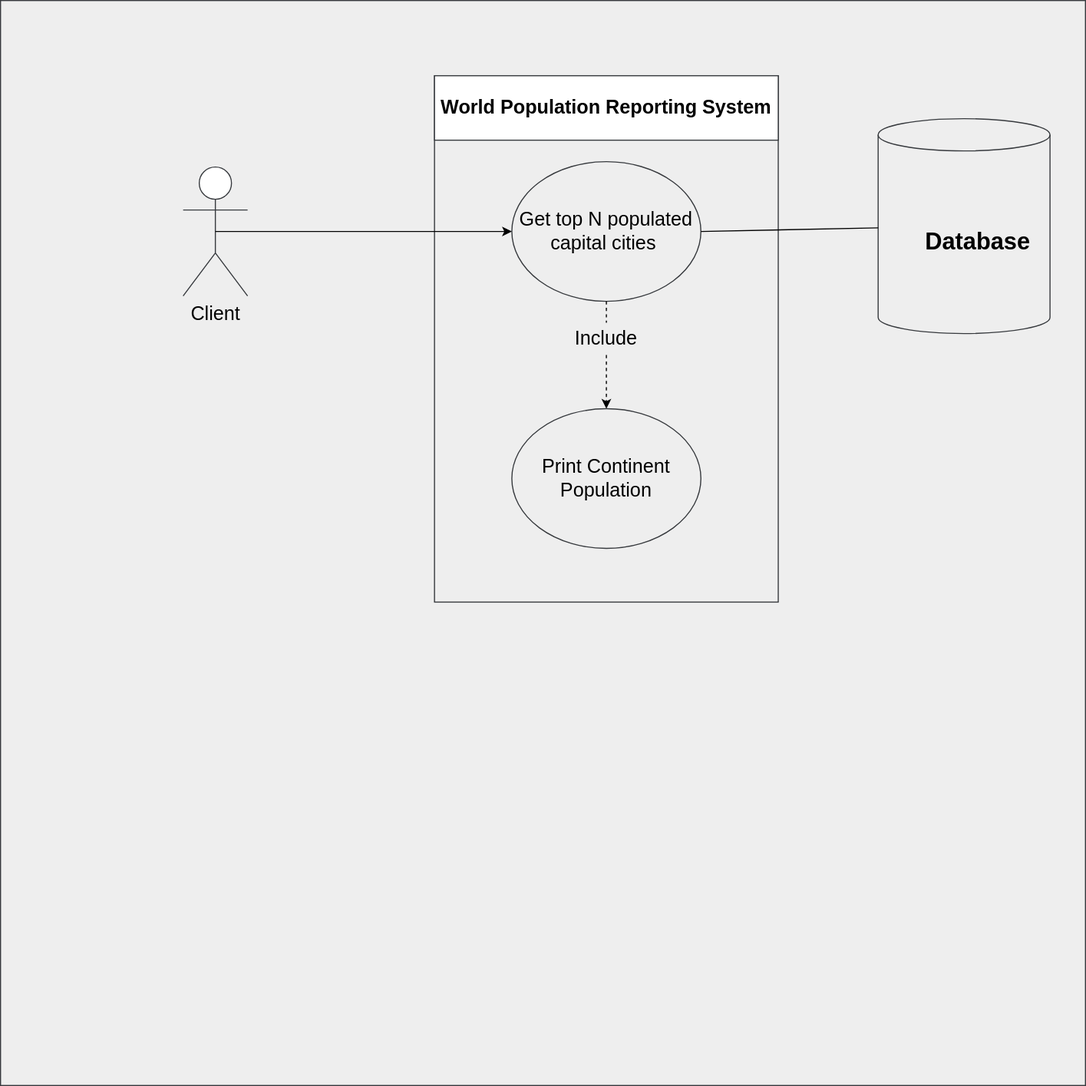
Earlier version of the draw.io export usecase/capital-city-use-case-6.svg (SaiWunnaAung/SET09623_DevOps-Group-4-). Source tidied: cells renumbered, new cells last; positions are measured from the earlier drawing's top-left corner, leaving out a move shared by most shapes. Its diagram source:
```xml
<mxGraphModel>
  <root>
    <mxCell id="0" />
    <mxCell id="1" parent="0" />
    <mxCell id="2" style="whiteSpace=wrap;html=1;fillColor=#eeeeee;strokeColor=#36393d;" parent="1" vertex="1">
      <mxGeometry width="1010" height="1010" as="geometry" />
    </mxCell>
    <mxCell id="3" style="shape=cylinder3;whiteSpace=wrap;html=1;boundedLbl=1;backgroundOutline=1;size=15;fontSize=18;strokeColor=#36393d;fillColor=#eeeeee;" parent="1" vertex="1">
      <mxGeometry x="817" y="110" width="160" height="200" as="geometry" />
    </mxCell>
    <mxCell id="4" value="&lt;span style=&quot;color: rgb(0 , 0 , 0)&quot;&gt;Include&lt;/span&gt;" style="rounded=0;whiteSpace=wrap;html=1;fontSize=18;strokeColor=#36393D;fillColor=#eeeeee;" parent="1" vertex="1">
      <mxGeometry x="404" y="70" width="320" height="490" as="geometry" />
    </mxCell>
    <mxCell id="5" value="&lt;b&gt;World Population Reporting System&lt;/b&gt;" style="rounded=0;whiteSpace=wrap;html=1;fontSize=18;fontColor=#000000;strokeColor=#36393D;fillColor=#FFFFFF;" parent="1" vertex="1">
      <mxGeometry x="404" y="70" width="320" height="60" as="geometry" />
    </mxCell>
    <mxCell id="6" value="&lt;font color=&quot;#000000&quot;&gt;Get&amp;nbsp;top N populated capital cities&amp;nbsp;&lt;/font&gt;" style="ellipse;whiteSpace=wrap;html=1;fontSize=18;strokeColor=#36393d;fillColor=#eeeeee;" parent="1" vertex="1">
      <mxGeometry x="476" y="150" width="176" height="130" as="geometry" />
    </mxCell>
    <mxCell id="7" value="&lt;font color=&quot;#000000&quot;&gt;Print Continent Population&lt;/font&gt;" style="ellipse;whiteSpace=wrap;html=1;fontSize=18;strokeColor=#36393d;fillColor=#eeeeee;" parent="1" vertex="1">
      <mxGeometry x="476" y="380" width="176" height="130" as="geometry" />
    </mxCell>
    <mxCell id="8" value="Client" style="shape=umlActor;verticalLabelPosition=bottom;verticalAlign=top;html=1;outlineConnect=0;fontSize=18;fontColor=#000000;strokeColor=#36393D;fillColor=#FFFFFF;" parent="1" vertex="1">
      <mxGeometry x="170" y="155" width="60" height="120" as="geometry" />
    </mxCell>
    <mxCell id="9" style="endArrow=classic;html=1;rounded=0;fontSize=18;fontColor=#000000;entryX=0;entryY=0.5;entryDx=0;entryDy=0;exitX=0.5;exitY=0.5;exitDx=0;exitDy=0;exitPerimeter=0;" parent="1" edge="1" source="8" target="6">
      <mxGeometry relative="1" as="geometry" />
    </mxCell>
    <mxCell id="10" style="endArrow=none;html=1;rounded=0;fontSize=18;fontColor=#000000;exitX=1;exitY=0.5;exitDx=0;exitDy=0;" parent="1" edge="1" source="6" target="3">
      <mxGeometry relative="1" as="geometry" />
    </mxCell>
    <mxCell id="11" style="endArrow=classic;html=1;rounded=0;fontSize=18;fontColor=#000000;entryX=0.5;entryY=0;entryDx=0;entryDy=0;exitX=0.5;exitY=1;exitDx=0;exitDy=0;startArrow=none;dashed=1;" parent="1" edge="1" target="7">
      <mxGeometry relative="1" as="geometry">
        <mxPoint x="564" y="330" as="sourcePoint" />
      </mxGeometry>
    </mxCell>
    <mxCell id="12" style="endArrow=none;html=1;rounded=0;fontSize=18;fontColor=#000000;entryX=0.5;entryY=0;entryDx=0;entryDy=0;exitX=0.5;exitY=1;exitDx=0;exitDy=0;dashed=1;" parent="1" edge="1" source="6">
      <mxGeometry relative="1" as="geometry">
        <mxPoint x="564" y="300" as="targetPoint" />
      </mxGeometry>
    </mxCell>
    <mxCell id="13" value="&lt;b&gt;&lt;font style=&quot;font-size: 22px&quot;&gt;Database&lt;/font&gt;&lt;/b&gt;" style="text;html=1;strokeColor=none;fillColor=none;align=center;verticalAlign=middle;whiteSpace=wrap;rounded=0;fontSize=18;fontColor=#000000;" parent="1" vertex="1">
      <mxGeometry x="870" y="200" width="80" height="50" as="geometry" />
    </mxCell>
  </root>
</mxGraphModel>
```
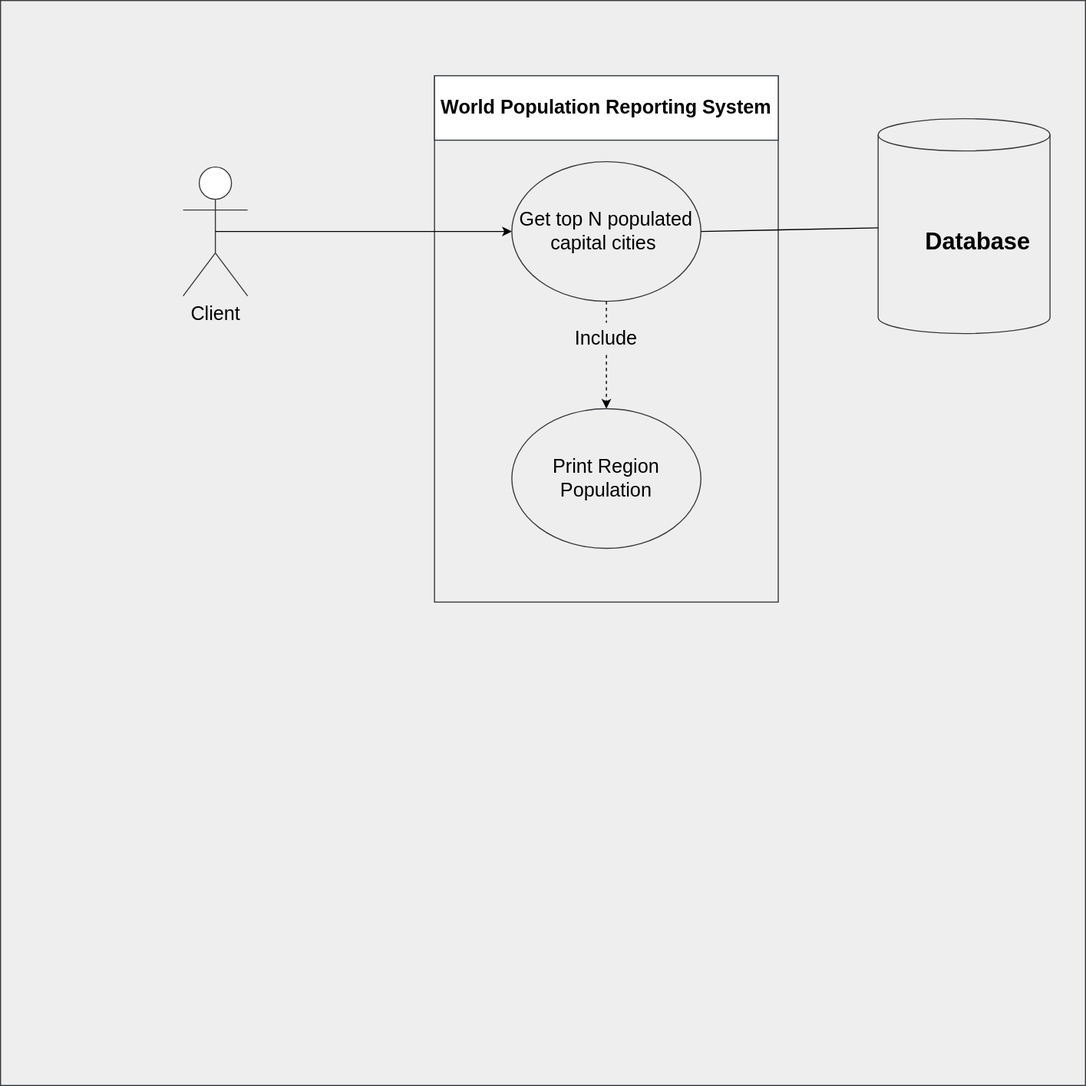
Later version of the same file.

Diff of the diagram source:
```diff
@@ -17,7 +17,7 @@
     <mxCell id="6" value="&lt;font color=&quot;#000000&quot;&gt;Get&amp;nbsp;top N populated capital cities&amp;nbsp;&lt;/font&gt;" style="ellipse;whiteSpace=wrap;html=1;fontSize=18;strokeColor=#36393d;fillColor=#eeeeee;" parent="1" vertex="1">
       <mxGeometry x="476" y="150" width="176" height="130" as="geometry" />
     </mxCell>
-    <mxCell id="7" value="&lt;font color=&quot;#000000&quot;&gt;Print Continent Population&lt;/font&gt;" style="ellipse;whiteSpace=wrap;html=1;fontSize=18;strokeColor=#36393d;fillColor=#eeeeee;" parent="1" vertex="1">
+    <mxCell id="7" value="&lt;font color=&quot;#000000&quot;&gt;Print Region &lt;br&gt;Population&lt;/font&gt;" style="ellipse;whiteSpace=wrap;html=1;fontSize=18;strokeColor=#36393d;fillColor=#eeeeee;" parent="1" vertex="1">
       <mxGeometry x="476" y="380" width="176" height="130" as="geometry" />
     </mxCell>
     <mxCell id="8" value="Client" style="shape=umlActor;verticalLabelPosition=bottom;verticalAlign=top;html=1;outlineConnect=0;fontSize=18;fontColor=#000000;strokeColor=#36393D;fillColor=#FFFFFF;" parent="1" vertex="1">
```
